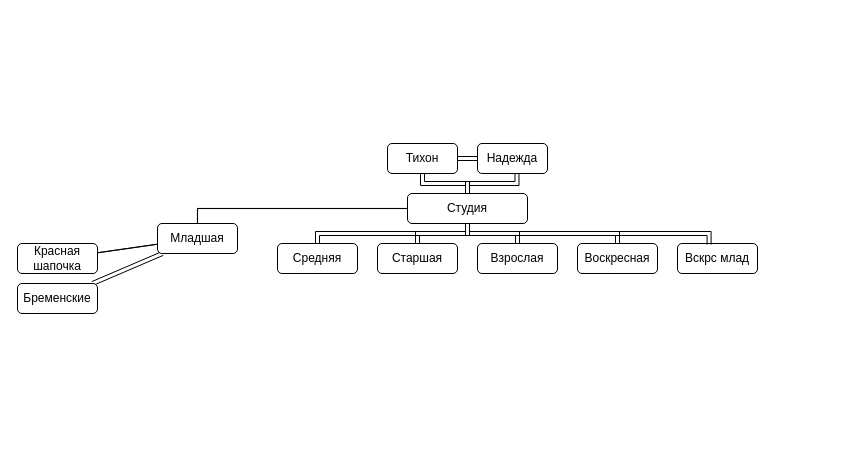
Above: Диаграмма без названия.drawio in Magnarius/fsd (draw.io), before the change. Source tidied: cells renumbered, new cells numbered last; positions are measured from the earlier drawing's top-left corner, leaving out a move shared by most shapes. Both pictures are drawn from the tidied source at 100%, with x=0, y=0 at pixel (17, 113).
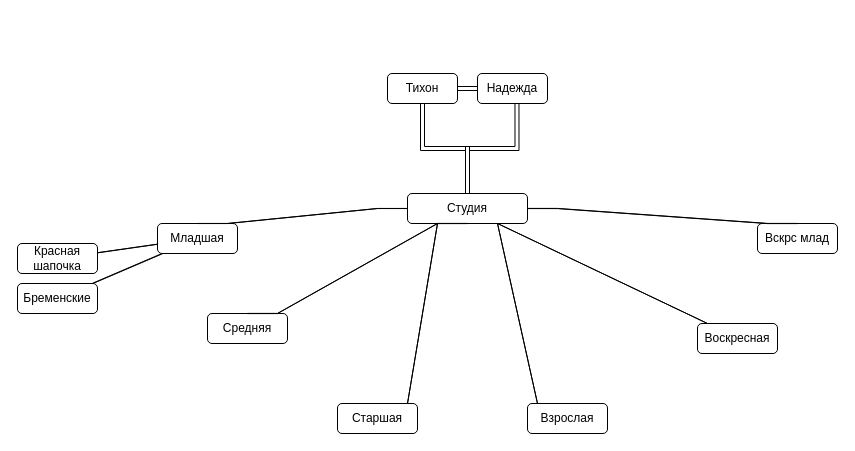
The same page after the edit.

The change refers to these unchanged cells:
```xml
<mxCell id="7" value="Студия" style="rounded=1;whiteSpace=wrap;html=1;" parent="1" vertex="1">
  <mxGeometry x="390" y="80" width="120" height="30" as="geometry" />
</mxCell>
<mxCell id="11" value="Младшая" style="rounded=1;whiteSpace=wrap;html=1;fontFamily=Helvetica;fontSize=12;fontColor=default;align=center;strokeColor=default;fillColor=default;" parent="1" vertex="1">
  <mxGeometry x="140" y="110" width="80" height="30" as="geometry" />
</mxCell>
<mxCell id="23" value="Бременские" style="rounded=1;whiteSpace=wrap;html=1;fontFamily=Helvetica;fontSize=12;fontColor=default;align=center;strokeColor=default;fillColor=default;" parent="1" vertex="1">
  <mxGeometry y="170" width="80" height="30" as="geometry" />
</mxCell>
```

Change to the diagram source:
```diff
@@
     <mxCell id="3" value="Тихон" style="rounded=1;whiteSpace=wrap;html=1;" parent="1" vertex="1">
-      <mxGeometry x="370" y="30" width="70" height="30" as="geometry" />
+      <mxGeometry x="370" y="-40" width="70" height="30" as="geometry" />
     </mxCell>
     <mxCell id="4" value="Надежда" style="rounded=1;whiteSpace=wrap;html=1;" parent="1" vertex="1">
-      <mxGeometry x="460" y="30" width="70" height="30" as="geometry" />
+      <mxGeometry x="460" y="-40" width="70" height="30" as="geometry" />
     </mxCell>
@@
     <mxCell id="6" style="endArrow=none;html=1;rounded=0;shape=link;strokeColor=none;width=74.86486486486486;" parent="1" edge="1">
       <mxGeometry relative="1" as="geometry">
-        <mxPoint x="380" y="50" as="sourcePoint" />
-        <mxPoint x="430" as="targetPoint" />
+        <mxPoint x="380" y="-20" as="sourcePoint" />
+        <mxPoint x="430" y="-70" as="targetPoint" />
       </mxGeometry>
     </mxCell>
@@
-    <mxCell id="10" style="shape=link;rounded=0;jettySize=auto;html=1;strokeColor=default;elbow=vertical;" parent="1" edge="1" source="11" target="23">
+    <mxCell id="10" style="shape=link;rounded=0;jettySize=auto;html=1;strokeColor=default;elbow=vertical;width=0.43478260869565233;" parent="1" edge="1" source="11" target="23">
       <mxGeometry relative="1" as="geometry" />
     </mxCell>
@@
     <mxCell id="12" value="Средняя" style="rounded=1;whiteSpace=wrap;html=1;" parent="1" vertex="1">
-      <mxGeometry x="260" y="130" width="80" height="30" as="geometry" />
+      <mxGeometry x="190" y="200" width="80" height="30" as="geometry" />
     </mxCell>
     <mxCell id="13" value="Старшая" style="rounded=1;whiteSpace=wrap;html=1;" parent="1" vertex="1">
-      <mxGeometry x="360" y="130" width="80" height="30" as="geometry" />
+      <mxGeometry x="320" y="290" width="80" height="30" as="geometry" />
     </mxCell>
     <mxCell id="14" value="Взрослая" style="rounded=1;whiteSpace=wrap;html=1;" parent="1" vertex="1">
-      <mxGeometry x="460" y="130" width="80" height="30" as="geometry" />
+      <mxGeometry x="510" y="290" width="80" height="30" as="geometry" />
     </mxCell>
     <mxCell id="15" value="Воскресная" style="rounded=1;whiteSpace=wrap;html=1;" parent="1" vertex="1">
-      <mxGeometry x="560" y="130" width="80" height="30" as="geometry" />
+      <mxGeometry x="680" y="210" width="80" height="30" as="geometry" />
     </mxCell>
     <mxCell id="16" value="Вскрс млад" style="rounded=1;whiteSpace=wrap;html=1;" parent="1" vertex="1">
-      <mxGeometry x="660" y="130" width="80" height="30" as="geometry" />
+      <mxGeometry x="740" y="110" width="80" height="30" as="geometry" />
     </mxCell>
-    <mxCell id="17" style="endArrow=none;html=1;rounded=0;strokeColor=default;shape=link;elbow=vertical;exitX=0.5;exitY=0;exitDx=0;exitDy=0;edgeStyle=orthogonalEdgeStyle;width=-0.10309278350515427;entryX=0;entryY=0.5;entryDx=0;entryDy=0;" parent="1" edge="1" source="11" target="7">
+    <mxCell id="17" style="endArrow=none;html=1;rounded=0;strokeColor=default;shape=link;elbow=vertical;exitX=0.5;exitY=0;exitDx=0;exitDy=0;edgeStyle=entityRelationEdgeStyle;width=-0.10309278350515427;entryX=0;entryY=0.5;entryDx=0;entryDy=0;" parent="1" edge="1" source="11" target="7">
       <mxGeometry relative="1" as="geometry" />
     </mxCell>
-    <mxCell id="18" style="endArrow=none;html=1;rounded=0;strokeColor=default;shape=link;elbow=vertical;exitX=0.5;exitY=0;exitDx=0;exitDy=0;edgeStyle=orthogonalEdgeStyle;entryX=0.5;entryY=1;entryDx=0;entryDy=0;" parent="1" edge="1" source="12" target="7">
+    <mxCell id="18" style="endArrow=none;html=1;rounded=0;strokeColor=default;shape=link;elbow=vertical;exitX=0.5;exitY=0;exitDx=0;exitDy=0;edgeStyle=entityRelationEdgeStyle;entryX=0.5;entryY=1;entryDx=0;entryDy=0;width=0.204081632653061;" parent="1" edge="1" source="12" target="7">
       <mxGeometry relative="1" as="geometry" />
     </mxCell>
-    <mxCell id="19" style="endArrow=none;html=1;rounded=0;strokeColor=default;shape=link;elbow=vertical;exitX=0.5;exitY=0;exitDx=0;exitDy=0;edgeStyle=orthogonalEdgeStyle;entryX=0.5;entryY=1;entryDx=0;entryDy=0;" parent="1" edge="1" source="13" target="7">
+    <mxCell id="19" style="endArrow=none;html=1;rounded=0;strokeColor=default;shape=link;elbow=vertical;exitX=0.5;exitY=0;exitDx=0;exitDy=0;edgeStyle=entityRelationEdgeStyle;entryX=0.5;entryY=1;entryDx=0;entryDy=0;width=0;" parent="1" edge="1" source="13" target="7">
       <mxGeometry relative="1" as="geometry" />
     </mxCell>
-    <mxCell id="20" style="endArrow=none;html=1;rounded=0;strokeColor=default;shape=link;elbow=vertical;exitX=0.5;exitY=0;exitDx=0;exitDy=0;edgeStyle=orthogonalEdgeStyle;entryX=0.5;entryY=1;entryDx=0;entryDy=0;" parent="1" edge="1" source="14" target="7">
+    <mxCell id="20" style="endArrow=none;html=1;rounded=0;strokeColor=default;shape=link;elbow=vertical;exitX=0.5;exitY=0;exitDx=0;exitDy=0;edgeStyle=entityRelationEdgeStyle;entryX=0.5;entryY=1;entryDx=0;entryDy=0;width=0;" parent="1" edge="1" source="14" target="7">
       <mxGeometry relative="1" as="geometry" />
     </mxCell>
-    <mxCell id="21" style="endArrow=none;html=1;rounded=0;strokeColor=default;shape=link;elbow=vertical;edgeStyle=orthogonalEdgeStyle;entryX=0.5;entryY=1;entryDx=0;entryDy=0;exitX=0.5;exitY=0;exitDx=0;exitDy=0;" parent="1" edge="1" source="15" target="7">
+    <mxCell id="21" style="endArrow=none;html=1;rounded=0;strokeColor=default;shape=link;elbow=vertical;edgeStyle=entityRelationEdgeStyle;entryX=0.5;entryY=1;entryDx=0;entryDy=0;exitX=0.5;exitY=0;exitDx=0;exitDy=0;width=0;" parent="1" edge="1" source="15" target="7">
       <mxGeometry relative="1" as="geometry" />
     </mxCell>
-    <mxCell id="22" style="endArrow=none;html=1;rounded=0;strokeColor=default;shape=link;elbow=vertical;edgeStyle=orthogonalEdgeStyle;entryX=0.5;entryY=1;entryDx=0;entryDy=0;exitX=0.395;exitY=0.036;exitDx=0;exitDy=0;exitPerimeter=0;" parent="1" edge="1" source="16" target="7">
-      <mxGeometry relative="1" as="geometry">
-        <Array as="points">
-          <mxPoint x="692" y="120" />
-          <mxPoint x="450" y="120" />
-        </Array>
-      </mxGeometry>
+    <mxCell id="22" style="endArrow=none;html=1;rounded=0;strokeColor=default;shape=link;elbow=vertical;edgeStyle=entityRelationEdgeStyle;exitX=0.5;exitY=0;exitDx=0;exitDy=0;width=-0.20408163265306278;" parent="1" edge="1" source="16" target="7">
+      <mxGeometry relative="1" as="geometry" />
     </mxCell>
```
